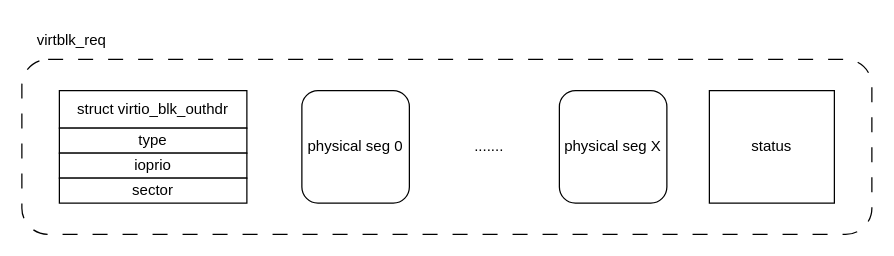
Earlier version of the draw.io diagram page "第 4 页" (4 of 9) of test1.drawio (jdmfr/dormouse). Source tidied: cells renumbered, new cells numbered last; positions are measured from the earlier drawing's top-left corner, leaving out a move shared by most shapes. Both pictures are drawn from the tidied source at 125%, with x=0, y=0 at pixel (21, 21).
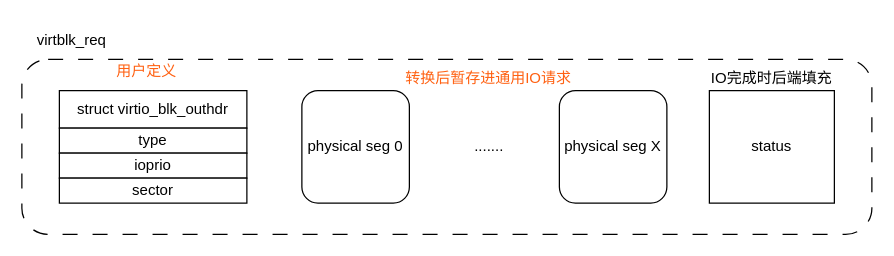
After the change.

The edit, as a diff of the source:
```diff
@@
 <mxGraphModel>
   <root>
     <mxCell id="0" />
     <mxCell id="1" parent="0" />
     <mxCell id="2" style="rounded=1;whiteSpace=wrap;html=1;fillColor=none;dashed=1;dashPattern=12 12;" parent="1" vertex="1">
       <mxGeometry y="30" width="680" height="140" as="geometry" />
     </mxCell>
     <mxCell id="3" value="struct virtio_blk_outhdr" style="rounded=0;whiteSpace=wrap;html=1;" parent="1" vertex="1">
       <mxGeometry x="30" y="55" width="150" height="30" as="geometry" />
     </mxCell>
     <mxCell id="4" value="type" style="rounded=0;whiteSpace=wrap;html=1;" parent="1" vertex="1">
       <mxGeometry x="30" y="85" width="150" height="20" as="geometry" />
     </mxCell>
     <mxCell id="5" value="ioprio" style="rounded=0;whiteSpace=wrap;html=1;" parent="1" vertex="1">
       <mxGeometry x="30" y="105" width="150" height="20" as="geometry" />
     </mxCell>
     <mxCell id="6" value="sector" style="rounded=0;whiteSpace=wrap;html=1;" parent="1" vertex="1">
       <mxGeometry x="30" y="125" width="150" height="20" as="geometry" />
     </mxCell>
     <mxCell id="7" value="physical seg 0" style="rounded=1;whiteSpace=wrap;html=1;" parent="1" vertex="1">
       <mxGeometry x="224" y="55" width="86" height="90" as="geometry" />
     </mxCell>
     <mxCell id="8" value="physical seg X" style="rounded=1;whiteSpace=wrap;html=1;" parent="1" vertex="1">
       <mxGeometry x="430" y="55" width="86" height="90" as="geometry" />
     </mxCell>
     <mxCell id="9" value="......." style="text;html=1;align=center;verticalAlign=middle;whiteSpace=wrap;rounded=0;" parent="1" vertex="1">
       <mxGeometry x="343.5" y="85" width="60" height="30" as="geometry" />
     </mxCell>
     <mxCell id="10" value="status" style="rounded=0;whiteSpace=wrap;html=1;" parent="1" vertex="1">
       <mxGeometry x="550" y="55" width="100" height="90" as="geometry" />
     </mxCell>
     <mxCell id="11" value="virtblk_req" style="text;html=1;align=center;verticalAlign=middle;whiteSpace=wrap;rounded=0;" parent="1" vertex="1">
       <mxGeometry x="10" width="60" height="30" as="geometry" />
     </mxCell>
+    <mxCell id="12" value="用户定义" style="text;html=1;align=center;verticalAlign=middle;whiteSpace=wrap;rounded=0;fontColor=#FF6112;" parent="1" vertex="1">
+      <mxGeometry x="70" y="25" width="60" height="30" as="geometry" />
+    </mxCell>
+    <mxCell id="13" value="转换后暂存进通用IO请求" style="text;html=1;align=center;verticalAlign=middle;whiteSpace=wrap;rounded=0;fontColor=#FF6112;" parent="1" vertex="1">
+      <mxGeometry x="305.2" y="30" width="136.5" height="30" as="geometry" />
+    </mxCell>
+    <mxCell id="14" value="IO完成时后端填充" style="text;html=1;align=center;verticalAlign=middle;whiteSpace=wrap;rounded=0;" parent="1" vertex="1">
+      <mxGeometry x="550" y="30" width="100" height="30" as="geometry" />
+    </mxCell>
   </root>
 </mxGraphModel>
```
